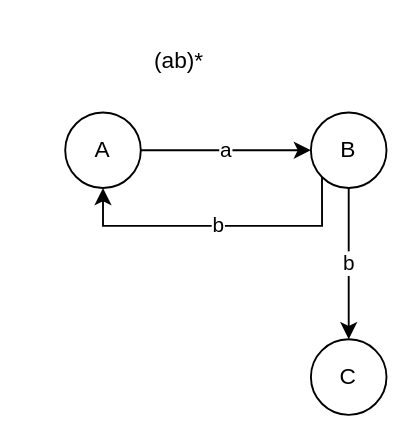
This is PathsInGraphs.drawio from olliglorioso/datasets, a draw.io file, before an edit. Source tidied: cells renumbered, new cells numbered last; positions are measured from the earlier drawing's top-left corner, leaving out a move shared by most shapes. Both pictures are drawn from the tidied source at 189%, with x=0, y=0 at pixel (64, 32).
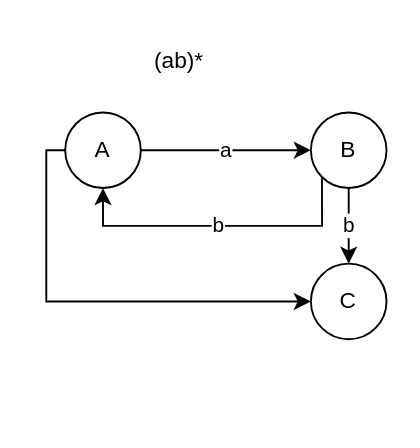
The same diagram, later.

Diff of the diagram source:
```diff
@@
 <mxGraphModel>
   <root>
     <mxCell id="0" />
     <mxCell id="1" parent="0" />
     <mxCell id="2" value="a" style="edgeStyle=orthogonalEdgeStyle;rounded=0;jettySize=auto;html=1;entryX=0;entryY=0.5;entryDx=0;entryDy=0;" parent="1" edge="1" source="3" target="6">
       <mxGeometry relative="1" as="geometry" />
     </mxCell>
+    <mxCell id="9" style="edgeStyle=orthogonalEdgeStyle;rounded=0;jettySize=auto;html=1;entryX=0;entryY=0.5;entryDx=0;entryDy=0;" parent="1" edge="1" source="3" target="7">
+      <mxGeometry relative="1" as="geometry">
+        <Array as="points">
+          <mxPoint x="-10" y="62" />
+          <mxPoint x="-10" y="142" />
+        </Array>
+      </mxGeometry>
+    </mxCell>
     <mxCell id="3" value="A" style="ellipse;whiteSpace=wrap;html=1;" parent="1" vertex="1">
       <mxGeometry y="42" width="40" height="40" as="geometry" />
     </mxCell>
     <mxCell id="4" value="b" style="edgeStyle=orthogonalEdgeStyle;rounded=0;jettySize=auto;html=1;entryX=0.5;entryY=0;entryDx=0;entryDy=0;" parent="1" edge="1" source="6" target="7">
       <mxGeometry relative="1" as="geometry" />
     </mxCell>
     <mxCell id="5" value="b" style="edgeStyle=orthogonalEdgeStyle;rounded=0;jettySize=auto;html=1;exitX=0;exitY=1;exitDx=0;exitDy=0;" parent="1" edge="1" source="6" target="3">
       <mxGeometry relative="1" as="geometry">
         <Array as="points">
           <mxPoint x="136" y="102" />
           <mxPoint x="20" y="102" />
         </Array>
       </mxGeometry>
     </mxCell>
     <mxCell id="6" value="B" style="ellipse;whiteSpace=wrap;html=1;" parent="1" vertex="1">
       <mxGeometry x="130" y="42" width="40" height="40" as="geometry" />
     </mxCell>
     <mxCell id="7" value="C" style="ellipse;whiteSpace=wrap;html=1;" parent="1" vertex="1">
-      <mxGeometry x="130" y="162" width="40" height="40" as="geometry" />
+      <mxGeometry x="130" y="122" width="40" height="40" as="geometry" />
     </mxCell>
     <mxCell id="8" value="(ab)*" style="text;html=1;align=center;verticalAlign=middle;strokeColor=none;fillColor=none;" parent="1" vertex="1">
       <mxGeometry x="35" width="50" height="30" as="geometry" />
     </mxCell>
   </root>
 </mxGraphModel>
```
